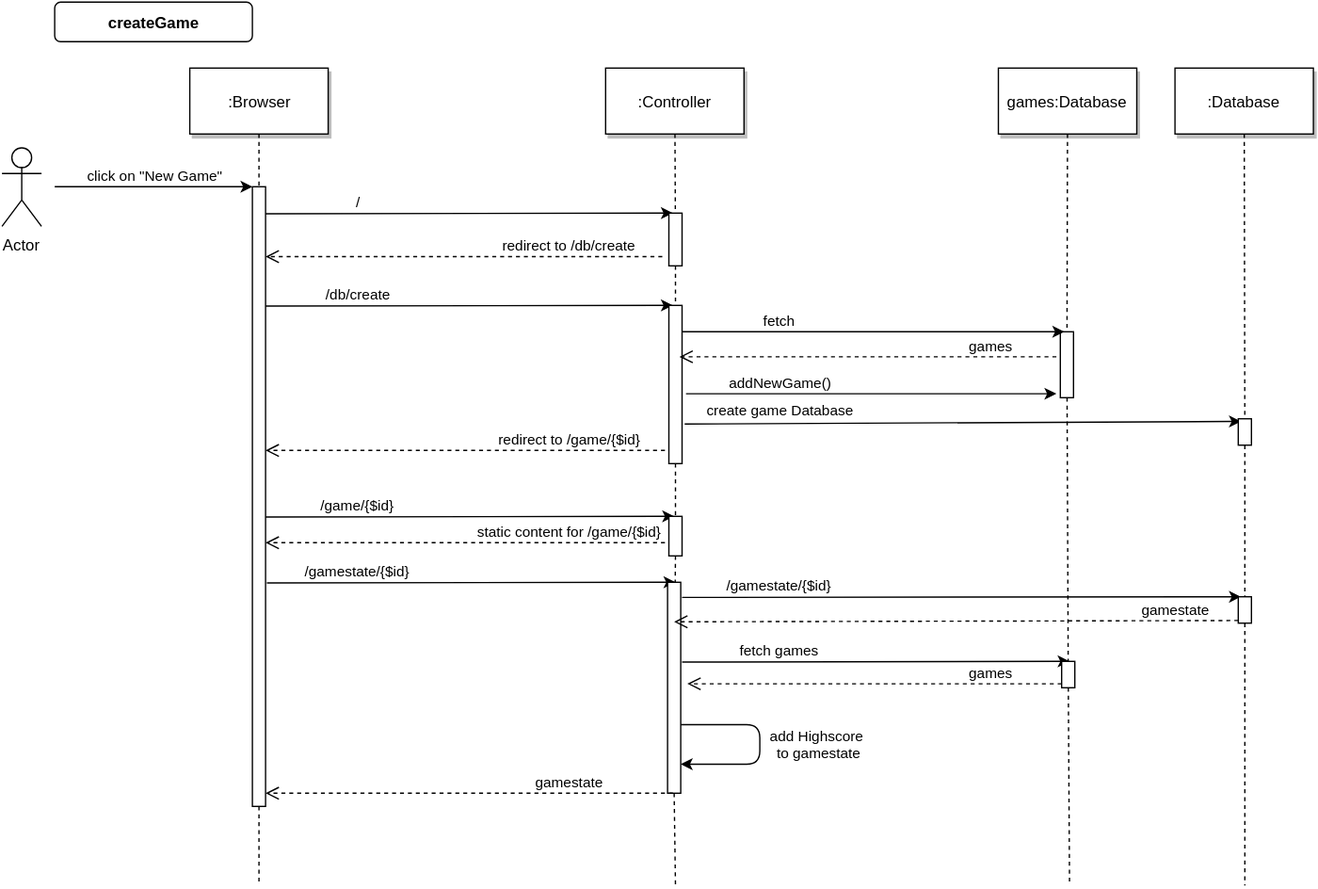
Neanksl/XML2016 keeps this draw.io diagram as final_assignment/Diagrams/Sequence_createGame.svg. Above is the earlier version. Source tidied: cells renumbered, new cells last; positions are measured from the earlier drawing's top-left corner, leaving out a move shared by most shapes.
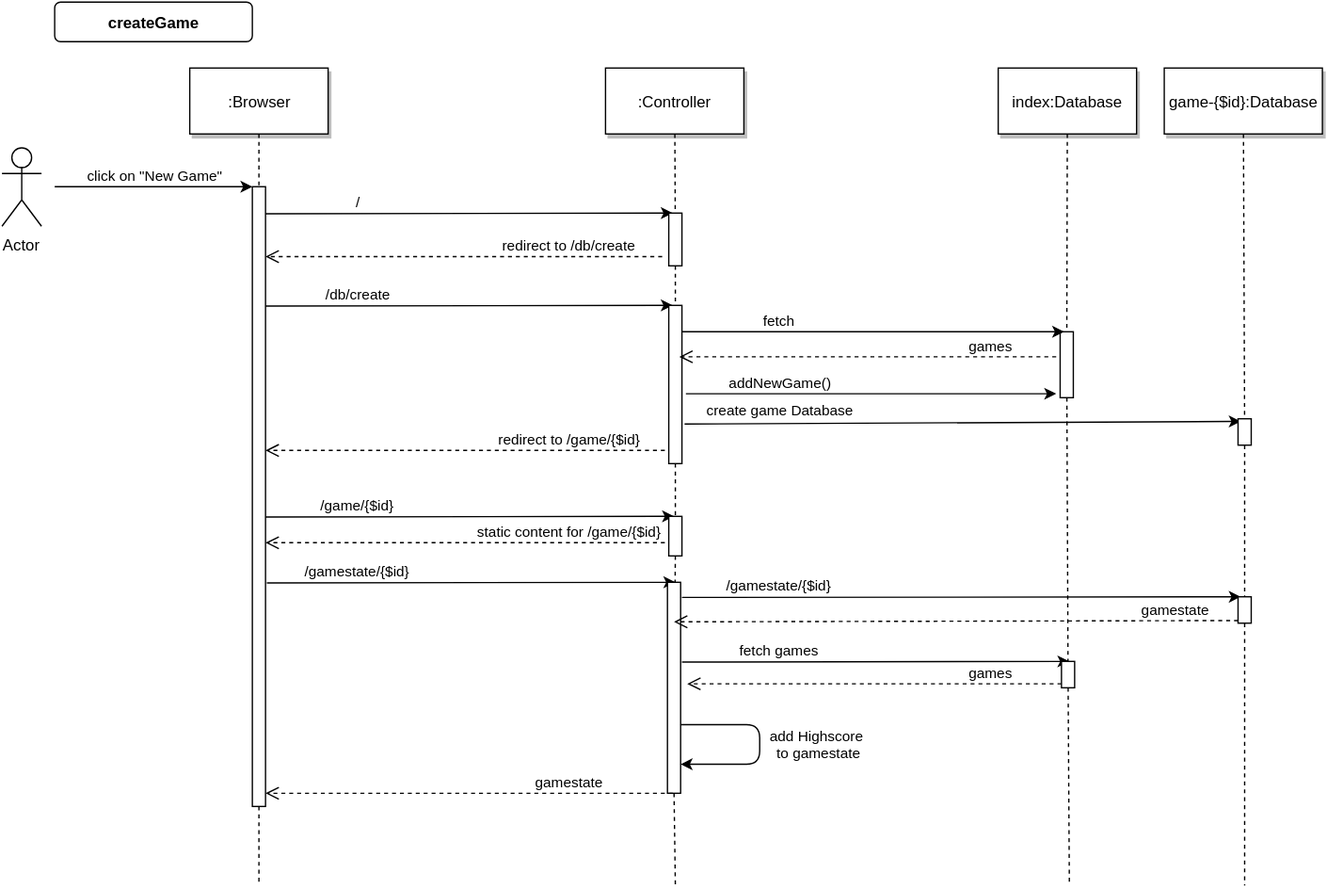
After the commit.

Commit message:
fixed typo in sequence diagram

Diff of the diagram source:
```diff
@@ -32,7 +32,7 @@
     <mxCell id="8" value="Actor" style="shape=umlActor;verticalLabelPosition=bottom;labelBackgroundColor=#ffffff;verticalAlign=top;html=1;" parent="1" vertex="1">
       <mxGeometry y="110" width="30" height="60" as="geometry" />
     </mxCell>
-    <mxCell id="9" value="games:Database" style="shadow=1;fillColor=#FFFFFF;strokeColor=#000000;html=1;" parent="1" vertex="1">
+    <mxCell id="9" value="index:Database" style="shadow=1;fillColor=#FFFFFF;strokeColor=#000000;html=1;" parent="1" vertex="1">
       <mxGeometry x="756" y="50" width="105" height="50" as="geometry" />
     </mxCell>
     <mxCell id="10" style="edgeStyle=none;endArrow=none;dashed=1;html=1;" parent="1" edge="1" source="46">
@@ -95,8 +95,8 @@
     <mxCell id="22" style="edgeStyle=none;endArrow=none;dashed=1;html=1;" parent="1" edge="1" source="13" target="21">
       <mxGeometry x="320.3" y="165" as="geometry" />
     </mxCell>
-    <mxCell id="23" value=":Database" style="shadow=1;fillColor=#FFFFFF;strokeColor=#000000;html=1;" parent="1" vertex="1">
-      <mxGeometry x="890" y="50" width="105" height="50" as="geometry" />
+    <mxCell id="23" value="game-{$id}:Database&lt;br&gt;" style="shadow=1;fillColor=#FFFFFF;strokeColor=#000000;html=1;" parent="1" vertex="1">
+      <mxGeometry x="882" y="50" width="120" height="50" as="geometry" />
     </mxCell>
     <mxCell id="24" style="edgeStyle=none;endArrow=none;dashed=1;html=1;" parent="1" edge="1" source="39">
       <mxGeometry x="752.3" y="165" as="geometry">
```
